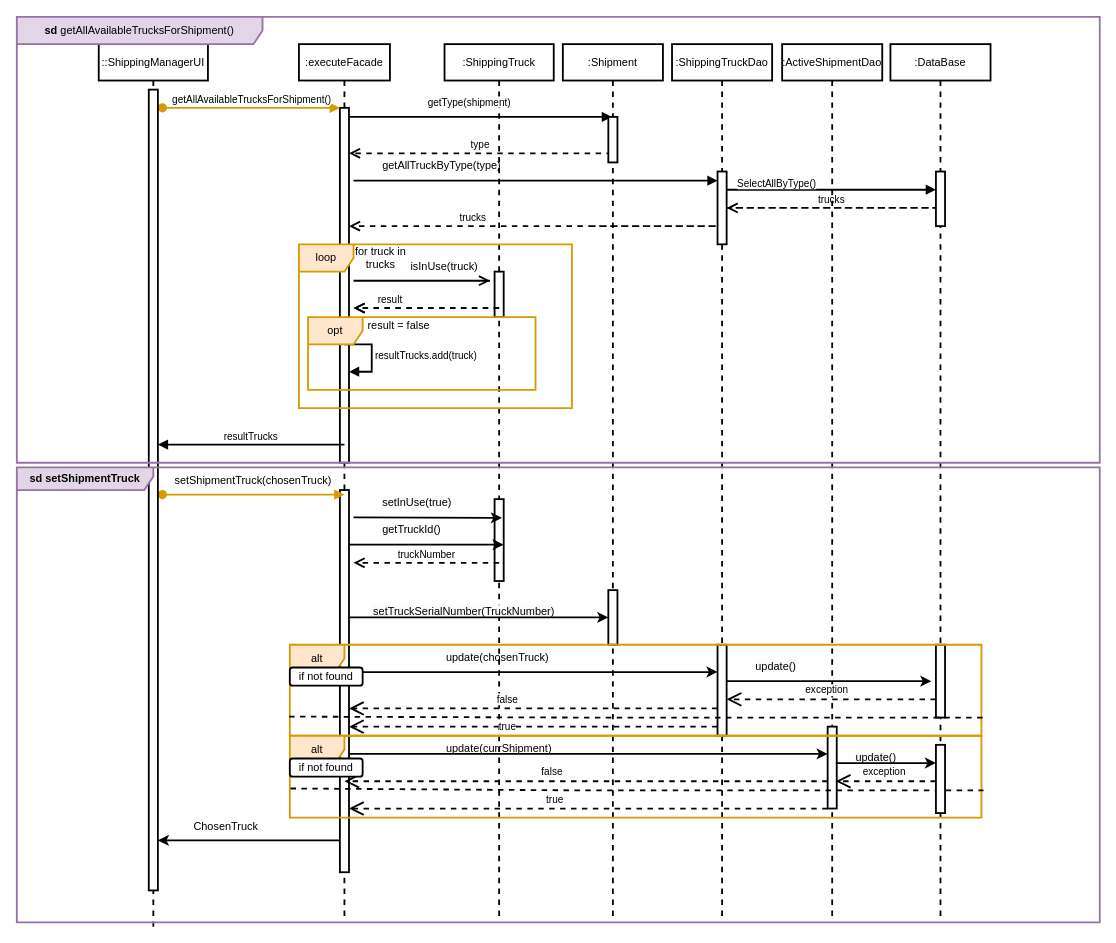
Above: c2- assignTruck.drawio in omerad1/drw (draw.io), before the change. Source tidied: cells renumbered, new cells numbered last; positions are measured from the earlier drawing's top-left corner, leaving out a move shared by most shapes. Both pictures are drawn from the tidied source at 91%, with x=0, y=0 at pixel (16, 16).
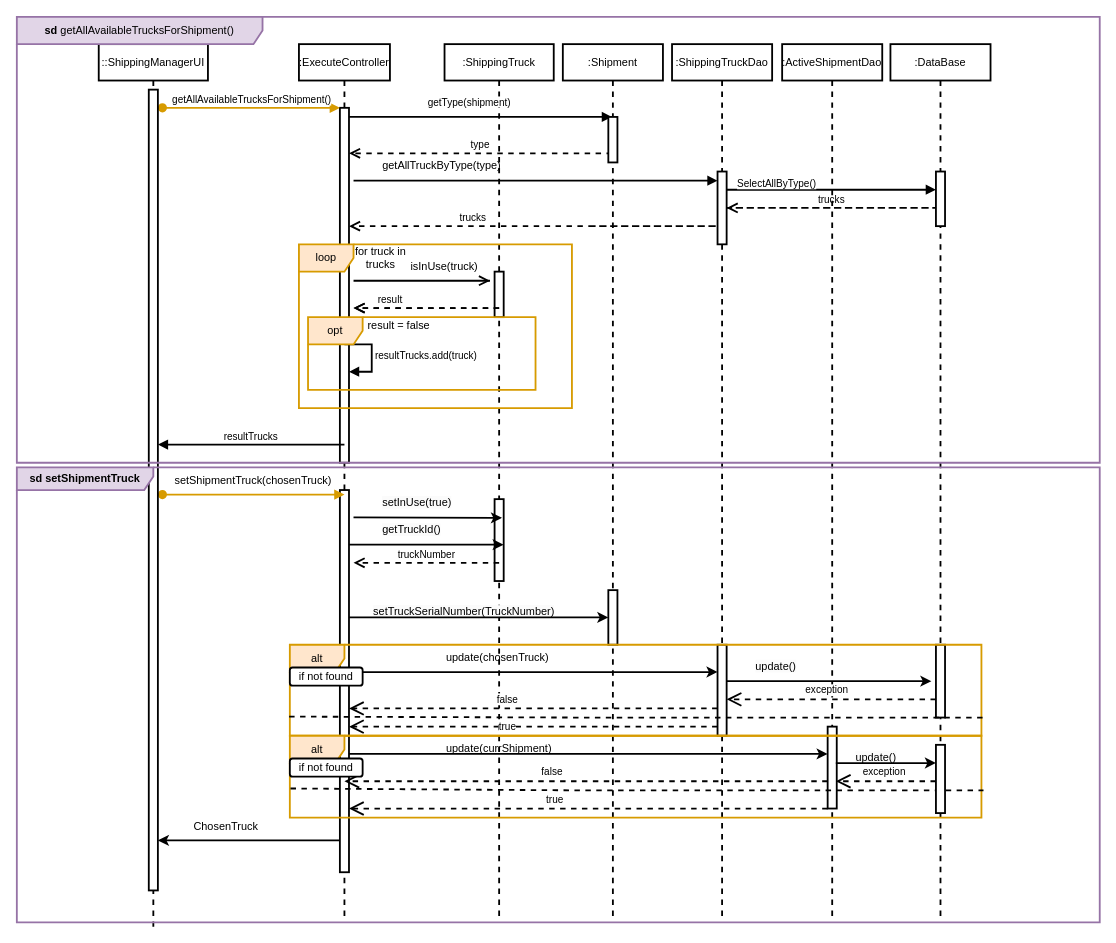
Above is the later version.

Change to the diagram source:
```diff
@@
-    <mxCell id="2" value=":executeFacade" style="shape=umlLifeline;perimeter=lifelinePerimeter;whiteSpace=wrap;html=1;newEdgeStyle={&quot;edgeStyle&quot;:&quot;elbowEdgeStyle&quot;,&quot;elbow&quot;:&quot;vertical&quot;,&quot;curved&quot;:0,&quot;rounded&quot;:0};strokeWidth=2;" parent="1" vertex="1">
+    <mxCell id="2" value=":ExecuteController" style="shape=umlLifeline;perimeter=lifelinePerimeter;whiteSpace=wrap;html=1;newEdgeStyle={&quot;edgeStyle&quot;:&quot;elbowEdgeStyle&quot;,&quot;elbow&quot;:&quot;vertical&quot;,&quot;curved&quot;:0,&quot;rounded&quot;:0};strokeWidth=2;" parent="1" vertex="1">
       <mxGeometry x="310" y="30" width="100" height="960" as="geometry" />
     </mxCell>
```
